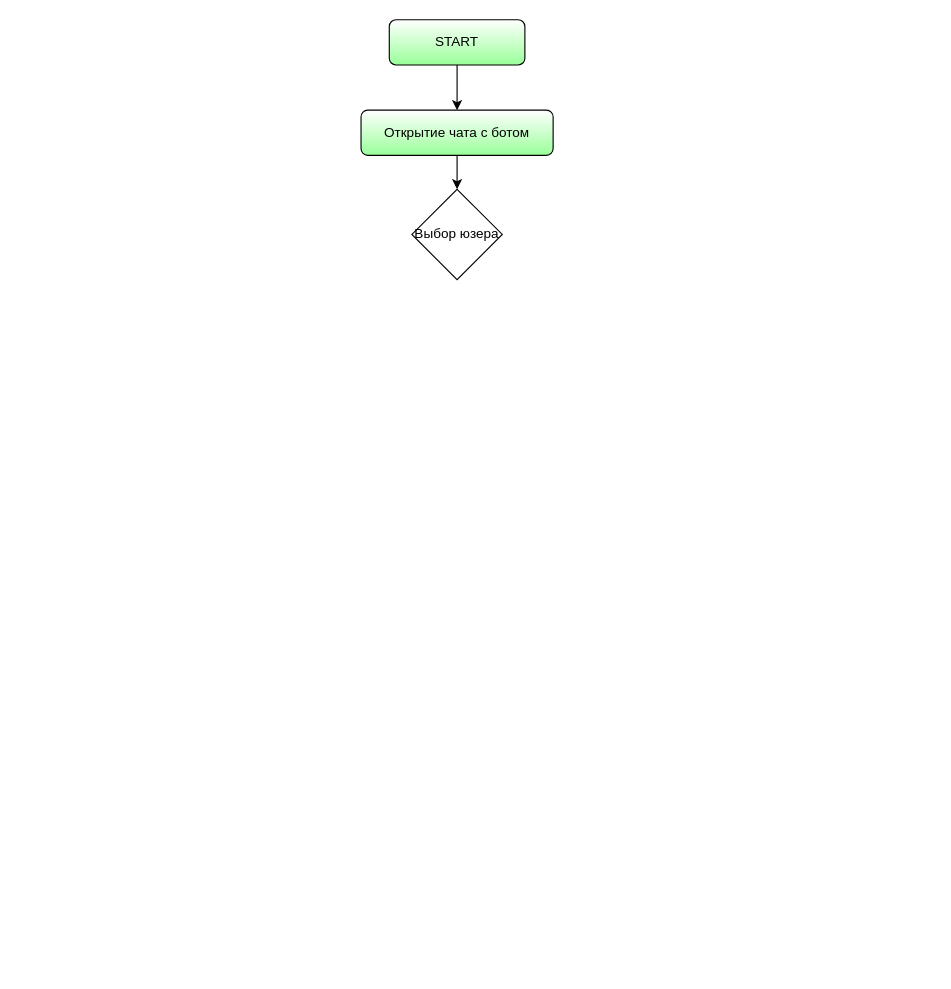
Above: DOCUMENTATION/Flow.drawio in MaksoN12340987/Coffee_BOT (draw.io), before the change. Source tidied: cells renumbered, new cells numbered last; positions are measured from the earlier drawing's top-left corner, leaving out a move shared by most shapes. Both pictures are drawn from the tidied source at 113%, with x=0, y=0 at pixel (360, 19).
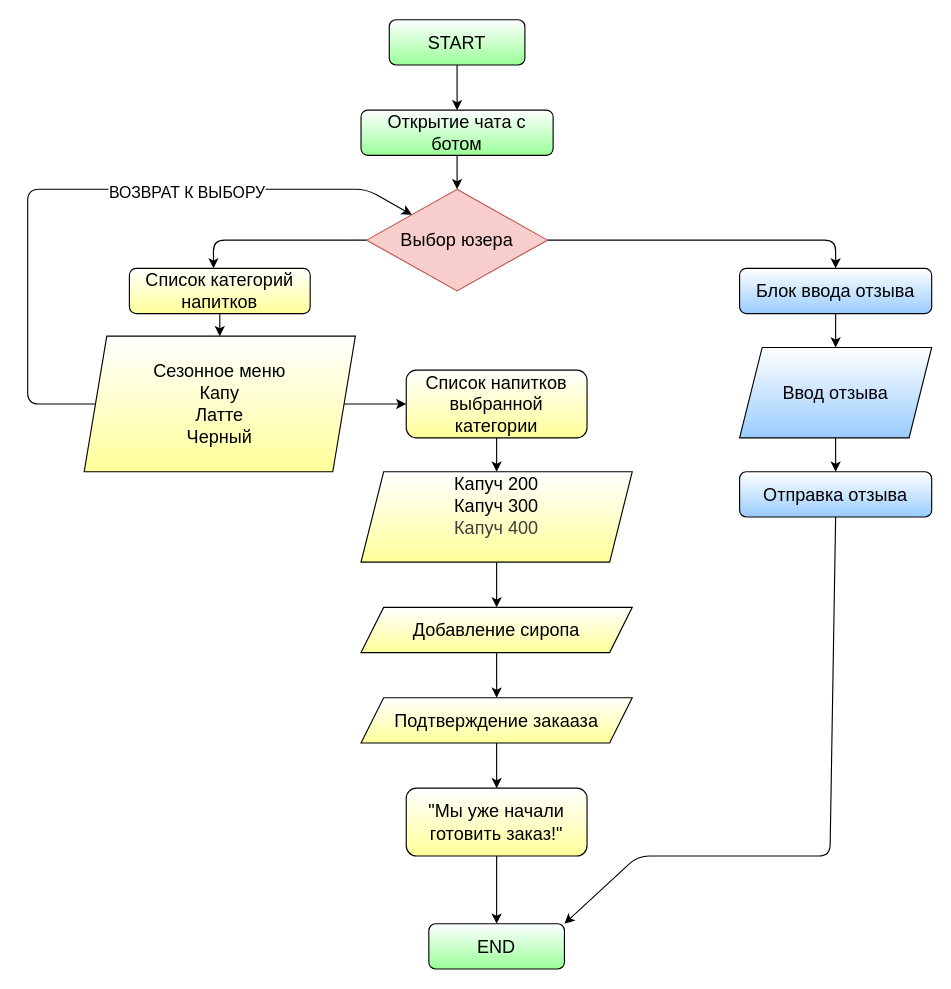
The same page after the edit.

The edit, as a diff of the source:
```diff
@@
-    <mxCell id="3" value="START" style="rounded=1;whiteSpace=wrap;html=1;roundedPerimeter=1;fillStyle=auto;gradientColor=#99FF99;" parent="1" vertex="1">
+    <mxCell id="3" value="START" style="rounded=1;whiteSpace=wrap;html=1;roundedPerimeter=1;fillStyle=auto;gradientColor=#99FF99;fontSize=16;" parent="1" vertex="1">
       <mxGeometry x="25" width="120" height="40" as="geometry" />
     </mxCell>
@@
-    <mxCell id="5" value="Открытие чата с ботом" style="rounded=1;whiteSpace=wrap;html=1;roundedPerimeter=1;fillStyle=auto;gradientColor=#99FF99;" parent="1" vertex="1">
+    <mxCell id="5" value="Открытие чата с ботом" style="rounded=1;whiteSpace=wrap;html=1;roundedPerimeter=1;fillStyle=auto;gradientColor=#99FF99;fontSize=16;" parent="1" vertex="1">
       <mxGeometry y="80" width="170" height="40" as="geometry" />
     </mxCell>
+    <mxCell id="7" style="edgeStyle=orthogonalEdgeStyle;html=1;entryX=0.465;entryY=0;entryDx=0;entryDy=0;exitX=0;exitY=0.5;exitDx=0;exitDy=0;" parent="1" edge="1" source="6" target="10">
+      <mxGeometry relative="1" as="geometry" />
+    </mxCell>
+    <mxCell id="8" style="edgeStyle=orthogonalEdgeStyle;html=1;exitX=1;exitY=0.5;exitDx=0;exitDy=0;entryX=0.5;entryY=0;entryDx=0;entryDy=0;" parent="1" edge="1" source="6" target="12">
+      <mxGeometry relative="1" as="geometry" />
+    </mxCell>
-    <mxCell id="6" value="Выбор юзера" style="rhombus;whiteSpace=wrap;html=1;shapeInside=1;" parent="1" vertex="1">
-      <mxGeometry x="45" y="150" width="80" height="80" as="geometry" />
+    <mxCell id="6" value="Выбор юзера" style="rhombus;whiteSpace=wrap;html=1;shapeInside=1;fontSize=16;fillColor=#f8cecc;strokeColor=#b85450;" parent="1" vertex="1">
+      <mxGeometry x="5" y="150" width="160" height="90" as="geometry" />
     </mxCell>
+    <mxCell id="9" style="edgeStyle=none;html=1;entryX=0.5;entryY=0;entryDx=0;entryDy=0;" parent="1" edge="1" source="10" target="16">
+      <mxGeometry relative="1" as="geometry" />
+    </mxCell>
+    <mxCell id="10" value="Список категорий напитков" style="rounded=1;whiteSpace=wrap;html=1;roundedPerimeter=1;fillStyle=auto;gradientColor=#FFFF99;fontSize=16;" parent="1" vertex="1">
+      <mxGeometry x="-205" y="220" width="160" height="40" as="geometry" />
+    </mxCell>
+    <mxCell id="11" style="edgeStyle=none;html=1;exitX=0.5;exitY=1;exitDx=0;exitDy=0;entryX=0.5;entryY=0;entryDx=0;entryDy=0;" parent="1" edge="1" source="12" target="18">
+      <mxGeometry relative="1" as="geometry" />
+    </mxCell>
+    <mxCell id="12" value="Блок ввода отзыва" style="rounded=1;whiteSpace=wrap;html=1;roundedPerimeter=1;fillStyle=auto;gradientColor=#99CCFF;fontSize=16;" parent="1" vertex="1">
+      <mxGeometry x="335" y="220" width="170" height="40" as="geometry" />
+    </mxCell>
+    <mxCell id="13" style="edgeStyle=none;html=1;exitX=1;exitY=0.5;exitDx=0;exitDy=0;entryX=0;entryY=0.5;entryDx=0;entryDy=0;" parent="1" edge="1" source="16" target="22">
+      <mxGeometry relative="1" as="geometry" />
+    </mxCell>
+    <mxCell id="14" style="edgeStyle=none;html=1;entryX=0;entryY=0;entryDx=0;entryDy=0;" parent="1" edge="1" source="16" target="6">
+      <mxGeometry x="0.13" relative="1" as="geometry">
+        <Array as="points">
+          <mxPoint x="-295" y="340" />
+          <mxPoint x="-295" y="150" />
+          <mxPoint x="5" y="150" />
+        </Array>
+      </mxGeometry>
+    </mxCell>
+    <mxCell id="15" value="&lt;span style=&quot;color: rgb(0, 0, 0);&quot;&gt;&lt;font style=&quot;font-size: 14px;&quot;&gt;ВОЗВРАТ К ВЫБОРУ&lt;/font&gt;&lt;/span&gt;" style="edgeLabel;html=1;align=center;verticalAlign=middle;" parent="14" vertex="1">
+      <mxGeometry x="0.31" y="-2" relative="1" as="geometry" />
+    </mxCell>
+    <mxCell id="16" value="Сезонное меню&lt;br&gt;Капу&lt;br&gt;Латте&lt;br&gt;Черный" style="shape=parallelogram;perimeter=parallelogramPerimeter;whiteSpace=wrap;html=1;shapeInside=1;fixedSize=1;fontSize=16;gradientColor=#FFFF99;" parent="1" vertex="1">
+      <mxGeometry x="-245" y="280" width="240" height="120" as="geometry" />
+    </mxCell>
+    <mxCell id="17" style="edgeStyle=none;html=1;exitX=0.5;exitY=1;exitDx=0;exitDy=0;entryX=0.5;entryY=0;entryDx=0;entryDy=0;" parent="1" edge="1" source="18" target="20">
+      <mxGeometry relative="1" as="geometry" />
+    </mxCell>
+    <mxCell id="18" value="Ввод отзыва" style="shape=parallelogram;perimeter=parallelogramPerimeter;whiteSpace=wrap;html=1;shapeInside=1;fixedSize=1;fontSize=16;gradientColor=#99CCFF;" parent="1" vertex="1">
+      <mxGeometry x="335" y="290" width="170" height="80" as="geometry" />
+    </mxCell>
+    <mxCell id="19" style="edgeStyle=none;html=1;exitX=0.5;exitY=1;exitDx=0;exitDy=0;entryX=1;entryY=0;entryDx=0;entryDy=0;" parent="1" edge="1" source="20" target="31">
+      <mxGeometry x="-0.03" relative="1" as="geometry">
+        <Array as="points">
+          <mxPoint x="415" y="740" />
+          <mxPoint x="245" y="740" />
+        </Array>
+      </mxGeometry>
+    </mxCell>
+    <mxCell id="20" value="Отправка отзыва" style="rounded=1;whiteSpace=wrap;html=1;roundedPerimeter=1;fillStyle=auto;gradientColor=#99CCFF;fontSize=16;" parent="1" vertex="1">
+      <mxGeometry x="335" y="400" width="170" height="40" as="geometry" />
+    </mxCell>
+    <mxCell id="21" style="edgeStyle=none;html=1;exitX=0.5;exitY=1;exitDx=0;exitDy=0;entryX=0.5;entryY=0;entryDx=0;entryDy=0;" parent="1" edge="1" source="22" target="24">
+      <mxGeometry relative="1" as="geometry" />
+    </mxCell>
+    <mxCell id="22" value="Список напитков выбранной категории" style="rounded=1;whiteSpace=wrap;html=1;roundedPerimeter=1;fillStyle=auto;gradientColor=#FFFF99;fontSize=16;" parent="1" vertex="1">
+      <mxGeometry x="40" y="310" width="160" height="60" as="geometry" />
+    </mxCell>
+    <mxCell id="23" style="edgeStyle=none;html=1;exitX=0.5;exitY=1;exitDx=0;exitDy=0;entryX=0.5;entryY=0;entryDx=0;entryDy=0;" parent="1" edge="1" source="24" target="26">
+      <mxGeometry relative="1" as="geometry" />
+    </mxCell>
+    <mxCell id="24" value="Капуч 200&lt;br&gt;Капуч 300&lt;br&gt;&lt;span style=&quot;text-decoration-line: inherit; color: rgb(63, 63, 63);&quot;&gt;Капуч 400&lt;/span&gt;&lt;br&gt;&lt;div&gt;&lt;br/&gt;&lt;/div&gt;" style="shape=parallelogram;perimeter=parallelogramPerimeter;whiteSpace=wrap;html=1;shapeInside=1;fixedSize=1;fontSize=16;gradientColor=#FFFF99;" parent="1" vertex="1">
+      <mxGeometry y="400" width="240" height="80" as="geometry" />
+    </mxCell>
+    <mxCell id="25" style="edgeStyle=none;html=1;exitX=0.5;exitY=1;exitDx=0;exitDy=0;entryX=0.5;entryY=0;entryDx=0;entryDy=0;" parent="1" edge="1" source="26" target="28">
+      <mxGeometry relative="1" as="geometry" />
+    </mxCell>
+    <mxCell id="26" value="&lt;div&gt;Добавление сиропа&lt;/div&gt;" style="shape=parallelogram;perimeter=parallelogramPerimeter;whiteSpace=wrap;html=1;shapeInside=1;fixedSize=1;fontSize=16;gradientColor=#FFFF99;" parent="1" vertex="1">
+      <mxGeometry y="520" width="240" height="40" as="geometry" />
+    </mxCell>
+    <mxCell id="27" style="edgeStyle=none;html=1;exitX=0.5;exitY=1;exitDx=0;exitDy=0;entryX=0.5;entryY=0;entryDx=0;entryDy=0;" parent="1" edge="1" source="28" target="30">
+      <mxGeometry relative="1" as="geometry" />
+    </mxCell>
+    <mxCell id="28" value="&lt;div&gt;Подтверждение закааза&lt;/div&gt;" style="shape=parallelogram;perimeter=parallelogramPerimeter;whiteSpace=wrap;html=1;shapeInside=1;fixedSize=1;fontSize=16;gradientColor=#FFFF99;" parent="1" vertex="1">
+      <mxGeometry y="600" width="240" height="40" as="geometry" />
+    </mxCell>
+    <mxCell id="29" style="edgeStyle=none;html=1;exitX=0.5;exitY=1;exitDx=0;exitDy=0;entryX=0.5;entryY=0;entryDx=0;entryDy=0;" parent="1" edge="1" source="30" target="31">
+      <mxGeometry relative="1" as="geometry" />
+    </mxCell>
+    <mxCell id="30" value="&quot;Мы уже начали готовить заказ!&quot;" style="rounded=1;whiteSpace=wrap;html=1;roundedPerimeter=1;fillStyle=auto;gradientColor=#FFFF99;fontSize=16;" parent="1" vertex="1">
+      <mxGeometry x="40" y="680" width="160" height="60" as="geometry" />
+    </mxCell>
+    <mxCell id="31" value="END" style="rounded=1;whiteSpace=wrap;html=1;roundedPerimeter=1;fillStyle=auto;gradientColor=#99FF99;fontSize=16;" parent="1" vertex="1">
+      <mxGeometry x="60" y="800" width="120" height="40" as="geometry" />
+    </mxCell>
```
